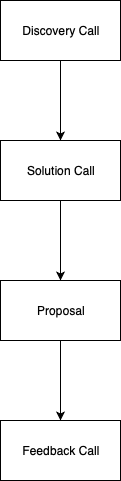
The draw.io diagram in_sales_process_outline.png in highgatesales/salesmethod, before a commit. Source tidied: cells renumbered, new cells last; positions are measured from the earlier drawing's top-left corner, leaving out a move shared by most shapes.
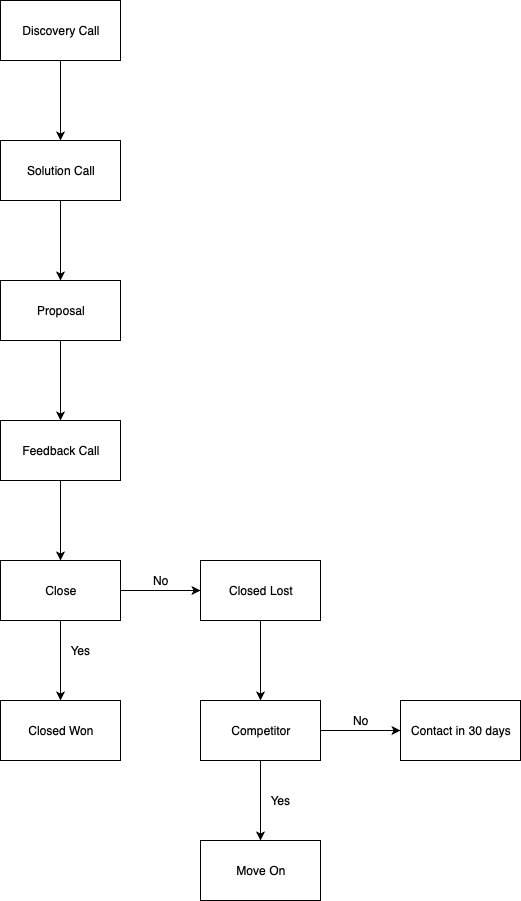
The same diagram one commit later.

Change to the diagram source:
```diff
@@ -20,8 +20,56 @@
     <mxCell id="7" value="Proposal" style="rounded=0;whiteSpace=wrap;html=1;" parent="1" vertex="1">
       <mxGeometry y="280" width="120" height="60" as="geometry" />
     </mxCell>
+    <mxCell id="9" style="edgeStyle=orthogonalEdgeStyle;rounded=0;jettySize=auto;html=1;" parent="1" edge="1" source="8" target="12">
+      <mxGeometry relative="1" as="geometry" />
+    </mxCell>
     <mxCell id="8" value="Feedback Call" style="rounded=0;whiteSpace=wrap;html=1;" parent="1" vertex="1">
       <mxGeometry y="420" width="120" height="60" as="geometry" />
     </mxCell>
+    <mxCell id="10" style="edgeStyle=orthogonalEdgeStyle;rounded=0;jettySize=auto;html=1;" parent="1" edge="1" source="12" target="20">
+      <mxGeometry relative="1" as="geometry" />
+    </mxCell>
+    <mxCell id="11" style="edgeStyle=orthogonalEdgeStyle;rounded=0;jettySize=auto;html=1;" parent="1" edge="1" source="12" target="14">
+      <mxGeometry relative="1" as="geometry" />
+    </mxCell>
+    <mxCell id="12" value="Close" style="rounded=0;whiteSpace=wrap;html=1;" parent="1" vertex="1">
+      <mxGeometry y="560" width="120" height="60" as="geometry" />
+    </mxCell>
+    <mxCell id="13" style="edgeStyle=orthogonalEdgeStyle;rounded=0;jettySize=auto;html=1;" parent="1" edge="1" source="14" target="17">
+      <mxGeometry relative="1" as="geometry" />
+    </mxCell>
+    <mxCell id="14" value="Closed Lost" style="rounded=0;whiteSpace=wrap;html=1;" parent="1" vertex="1">
+      <mxGeometry x="200" y="560" width="120" height="60" as="geometry" />
+    </mxCell>
+    <mxCell id="15" style="edgeStyle=orthogonalEdgeStyle;rounded=0;jettySize=auto;html=1;" parent="1" edge="1" source="17" target="19">
+      <mxGeometry relative="1" as="geometry" />
+    </mxCell>
+    <mxCell id="16" style="edgeStyle=orthogonalEdgeStyle;rounded=0;jettySize=auto;html=1;" parent="1" edge="1" source="17" target="18">
+      <mxGeometry relative="1" as="geometry" />
+    </mxCell>
+    <mxCell id="17" value="Competitor" style="rounded=0;whiteSpace=wrap;html=1;" parent="1" vertex="1">
+      <mxGeometry x="200" y="700" width="120" height="60" as="geometry" />
+    </mxCell>
+    <mxCell id="18" value="Contact in 30 days" style="rounded=0;whiteSpace=wrap;html=1;" parent="1" vertex="1">
+      <mxGeometry x="400" y="700" width="120" height="60" as="geometry" />
+    </mxCell>
+    <mxCell id="19" value="Move On" style="rounded=0;whiteSpace=wrap;html=1;" parent="1" vertex="1">
+      <mxGeometry x="200" y="840" width="120" height="60" as="geometry" />
+    </mxCell>
+    <mxCell id="20" value="Closed Won" style="rounded=0;whiteSpace=wrap;html=1;" parent="1" vertex="1">
+      <mxGeometry y="700" width="120" height="60" as="geometry" />
+    </mxCell>
+    <mxCell id="21" value="Yes" style="text;html=1;strokeColor=none;fillColor=none;align=center;verticalAlign=middle;whiteSpace=wrap;rounded=0;" parent="1" vertex="1">
+      <mxGeometry x="60" y="640" width="40" height="20" as="geometry" />
+    </mxCell>
+    <mxCell id="22" value="No" style="text;html=1;strokeColor=none;fillColor=none;align=center;verticalAlign=middle;whiteSpace=wrap;rounded=0;" parent="1" vertex="1">
+      <mxGeometry x="140" y="570" width="40" height="20" as="geometry" />
+    </mxCell>
+    <mxCell id="23" value="Yes" style="text;html=1;strokeColor=none;fillColor=none;align=center;verticalAlign=middle;whiteSpace=wrap;rounded=0;" parent="1" vertex="1">
+      <mxGeometry x="260" y="790" width="40" height="20" as="geometry" />
+    </mxCell>
+    <mxCell id="24" value="No" style="text;html=1;strokeColor=none;fillColor=none;align=center;verticalAlign=middle;whiteSpace=wrap;rounded=0;" parent="1" vertex="1">
+      <mxGeometry x="340" y="710" width="40" height="20" as="geometry" />
+    </mxCell>
   </root>
 </mxGraphModel>
```
